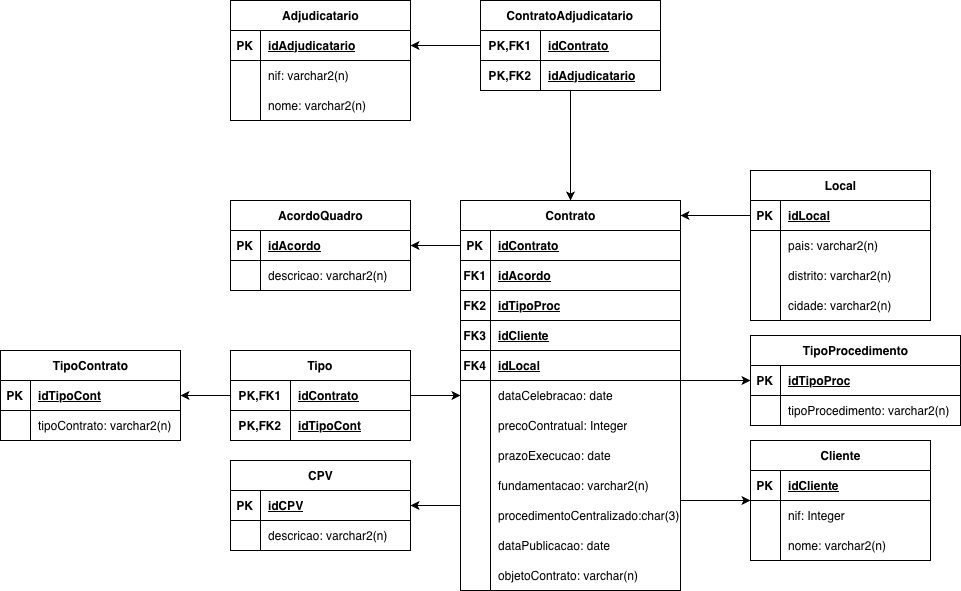
Above: Diagramas/trabalhobdados.drawio.png in bsoeiro5/Trabalho-Base-de-Dados (draw.io), before the change. Source tidied: cells renumbered, new cells last; positions are measured from the earlier drawing's top-left corner, leaving out a move shared by most shapes.
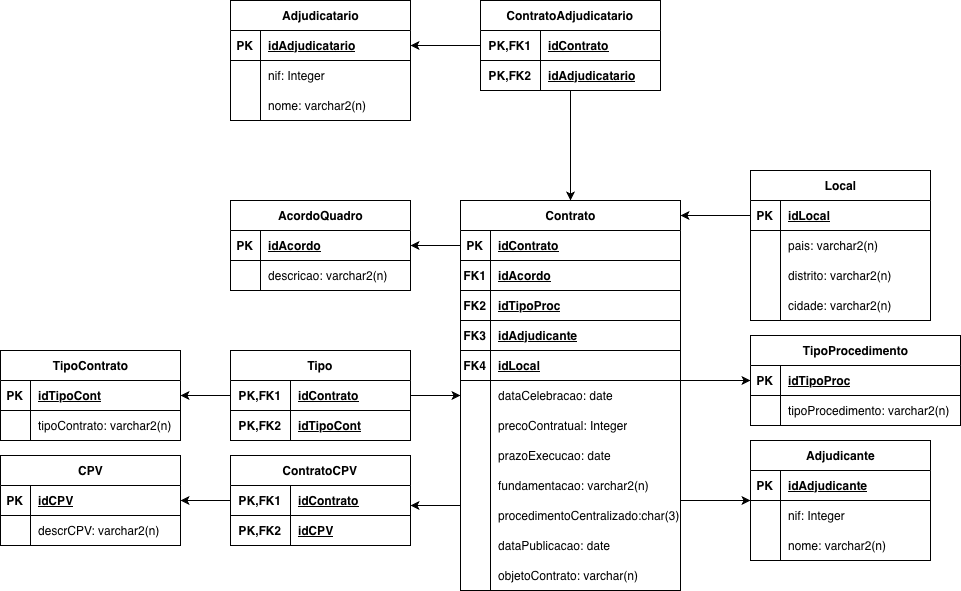
After the commit.

The edit, as a diff of the source:
```diff
@@ -62,7 +62,7 @@
     <mxCell id="21" value="FK3" style="shape=partialRectangle;fillColor=none;top=0;left=0;bottom=0;right=0;fontStyle=1;overflow=hidden;whiteSpace=wrap;html=1;" parent="20" vertex="1">
       <mxGeometry width="30" height="30" as="geometry" />
     </mxCell>
-    <mxCell id="22" value="idCliente" style="shape=partialRectangle;fillColor=none;top=0;left=0;bottom=0;right=0;align=left;spacingLeft=6;fontStyle=5;overflow=hidden;whiteSpace=wrap;html=1;" parent="20" vertex="1">
+    <mxCell id="22" value="idAdjudicante" style="shape=partialRectangle;fillColor=none;top=0;left=0;bottom=0;right=0;align=left;spacingLeft=6;fontStyle=5;overflow=hidden;whiteSpace=wrap;html=1;" parent="20" vertex="1">
       <mxGeometry x="30" width="190" height="30" as="geometry" />
     </mxCell>
     <mxCell id="23" style="shape=tableRow;horizontal=0;startSize=0;swimlaneHead=0;swimlaneBody=0;fillColor=none;top=0;left=0;right=0;bottom=1;" parent="10" vertex="1">
@@ -161,7 +161,7 @@
     <mxCell id="53" style="shape=partialRectangle;fillColor=none;top=0;left=0;bottom=0;right=0;overflow=hidden;whiteSpace=wrap;html=1;" parent="52" vertex="1">
       <mxGeometry width="30" height="30" as="geometry" />
     </mxCell>
-    <mxCell id="54" value="nif: varchar2(n)" style="shape=partialRectangle;fillColor=none;top=0;left=0;bottom=0;right=0;align=left;spacingLeft=6;overflow=hidden;whiteSpace=wrap;html=1;" parent="52" vertex="1">
+    <mxCell id="54" value="nif: Integer" style="shape=partialRectangle;fillColor=none;top=0;left=0;bottom=0;right=0;align=left;spacingLeft=6;overflow=hidden;whiteSpace=wrap;html=1;" parent="52" vertex="1">
       <mxGeometry x="30" width="150" height="30" as="geometry" />
     </mxCell>
     <mxCell id="55" style="shape=tableRow;horizontal=0;startSize=0;swimlaneHead=0;swimlaneBody=0;fillColor=none;top=0;left=0;right=0;bottom=0;" parent="48" vertex="1">
@@ -245,33 +245,13 @@
     <mxCell id="81" value="tipoContrato: varchar2(n)" style="shape=partialRectangle;fillColor=none;top=0;left=0;bottom=0;right=0;align=left;spacingLeft=6;overflow=hidden;whiteSpace=wrap;html=1;" parent="79" vertex="1">
       <mxGeometry x="30" width="150" height="30" as="geometry" />
     </mxCell>
-    <mxCell id="82" value="CPV" style="shape=table;startSize=30;rowLines=0;fontStyle=1;align=center;html=1;" parent="1" vertex="1">
-      <mxGeometry x="230" y="460" width="180" height="90" as="geometry" />
-    </mxCell>
-    <mxCell id="83" style="shape=tableRow;horizontal=0;startSize=0;swimlaneHead=0;swimlaneBody=0;fillColor=none;top=0;left=0;right=0;bottom=1;" parent="82" vertex="1">
-      <mxGeometry y="30" width="180" height="30" as="geometry" />
-    </mxCell>
-    <mxCell id="84" value="PK" style="shape=partialRectangle;fillColor=none;top=0;left=0;bottom=0;right=0;fontStyle=1;overflow=hidden;whiteSpace=wrap;html=1;" parent="83" vertex="1">
-      <mxGeometry width="30" height="30" as="geometry" />
-    </mxCell>
-    <mxCell id="85" value="idCPV" style="shape=partialRectangle;fillColor=none;top=0;left=0;bottom=0;right=0;align=left;spacingLeft=6;fontStyle=5;overflow=hidden;whiteSpace=wrap;html=1;" parent="83" vertex="1">
-      <mxGeometry x="30" width="150" height="30" as="geometry" />
-    </mxCell>
-    <mxCell id="86" style="shape=tableRow;horizontal=0;startSize=0;swimlaneHead=0;swimlaneBody=0;fillColor=none;top=0;left=0;right=0;bottom=0;" parent="82" vertex="1">
-      <mxGeometry y="60" width="180" height="30" as="geometry" />
-    </mxCell>
-    <mxCell id="87" style="shape=partialRectangle;fillColor=none;top=0;left=0;bottom=0;right=0;overflow=hidden;whiteSpace=wrap;html=1;" parent="86" vertex="1">
-      <mxGeometry width="30" height="30" as="geometry" />
-    </mxCell>
-    <mxCell id="88" value="descricao: varchar2(n)" style="shape=partialRectangle;fillColor=none;top=0;left=0;bottom=0;right=0;align=left;spacingLeft=6;overflow=hidden;whiteSpace=wrap;html=1;" parent="86" vertex="1">
-      <mxGeometry x="30" width="150" height="30" as="geometry" />
-    </mxCell>
     <mxCell id="89" style="edgeStyle=orthogonalEdgeStyle;rounded=0;jettySize=auto;html=1;" parent="1" edge="1" source="68" target="75">
       <mxGeometry relative="1" as="geometry" />
     </mxCell>
-    <mxCell id="90" style="edgeStyle=orthogonalEdgeStyle;rounded=0;jettySize=auto;html=1;" parent="1" edge="1" target="82">
+    <mxCell id="90" style="edgeStyle=orthogonalEdgeStyle;rounded=0;orthogonalLoop=1;jettySize=auto;html=1;" parent="1" edge="1">
       <mxGeometry relative="1" as="geometry">
         <mxPoint x="460" y="505" as="sourcePoint" />
+        <mxPoint x="410" y="505" as="targetPoint" />
       </mxGeometry>
     </mxCell>
     <mxCell id="91" value="TipoProcedimento" style="shape=table;startSize=30;rowLines=0;fontStyle=1;align=center;html=1;" parent="1" vertex="1">
@@ -300,7 +280,7 @@
         <mxPoint x="680" y="380" as="sourcePoint" />
       </mxGeometry>
     </mxCell>
-    <mxCell id="99" value="Cliente" style="shape=table;startSize=30;rowLines=0;fontStyle=1;align=center;html=1;" parent="1" vertex="1">
+    <mxCell id="99" value="Adjudicante" style="shape=table;startSize=30;rowLines=0;fontStyle=1;align=center;html=1;" parent="1" vertex="1">
       <mxGeometry x="750" y="440" width="180" height="120" as="geometry" />
     </mxCell>
     <mxCell id="100" style="shape=tableRow;horizontal=0;startSize=0;swimlaneHead=0;swimlaneBody=0;fillColor=none;top=0;left=0;right=0;bottom=1;" parent="99" vertex="1">
@@ -309,7 +289,7 @@
     <mxCell id="101" value="PK" style="shape=partialRectangle;fillColor=none;top=0;left=0;bottom=0;right=0;fontStyle=1;overflow=hidden;whiteSpace=wrap;html=1;" parent="100" vertex="1">
       <mxGeometry width="30" height="30" as="geometry" />
     </mxCell>
-    <mxCell id="102" value="idCliente" style="shape=partialRectangle;fillColor=none;top=0;left=0;bottom=0;right=0;align=left;spacingLeft=6;fontStyle=5;overflow=hidden;whiteSpace=wrap;html=1;" parent="100" vertex="1">
+    <mxCell id="102" value="idAdjudicante" style="shape=partialRectangle;fillColor=none;top=0;left=0;bottom=0;right=0;align=left;spacingLeft=6;fontStyle=5;overflow=hidden;whiteSpace=wrap;html=1;" parent="100" vertex="1">
       <mxGeometry x="30" width="150" height="30" as="geometry" />
     </mxCell>
     <mxCell id="103" style="shape=tableRow;horizontal=0;startSize=0;swimlaneHead=0;swimlaneBody=0;fillColor=none;top=0;left=0;right=0;bottom=0;" parent="99" vertex="1">
@@ -374,5 +354,52 @@
     <mxCell id="122" value="cidade: varchar2(n)" style="shape=partialRectangle;fillColor=none;top=0;left=0;bottom=0;right=0;align=left;spacingLeft=6;overflow=hidden;whiteSpace=wrap;html=1;" parent="120" vertex="1">
       <mxGeometry x="30" width="150" height="30" as="geometry" />
     </mxCell>
+    <mxCell id="123" value="ContratoCPV" style="shape=table;startSize=30;rowLines=0;fontStyle=1;align=center;html=1;whiteSpace=wrap;" parent="1" vertex="1">
+      <mxGeometry x="230" y="455" width="180" height="90" as="geometry" />
+    </mxCell>
+    <mxCell id="124" style="shape=tableRow;horizontal=0;startSize=0;swimlaneHead=0;swimlaneBody=0;fillColor=none;top=0;left=0;right=0;bottom=1;html=1;" parent="123" vertex="1">
+      <mxGeometry y="30" width="180" height="30" as="geometry" />
+    </mxCell>
+    <mxCell id="125" value="PK,FK1" style="shape=partialRectangle;fillColor=none;top=0;left=0;bottom=0;right=0;fontStyle=1;overflow=hidden;html=1;whiteSpace=wrap;" parent="124" vertex="1">
+      <mxGeometry width="60" height="30" as="geometry" />
+    </mxCell>
+    <mxCell id="126" value="idContrato" style="shape=partialRectangle;fillColor=none;top=0;left=0;bottom=0;right=0;align=left;spacingLeft=6;fontStyle=5;overflow=hidden;html=1;whiteSpace=wrap;" parent="124" vertex="1">
+      <mxGeometry x="60" width="120" height="30" as="geometry" />
+    </mxCell>
+    <mxCell id="127" style="shape=tableRow;horizontal=0;startSize=0;swimlaneHead=0;swimlaneBody=0;fillColor=none;top=0;left=0;right=0;bottom=1;html=1;" parent="123" vertex="1">
+      <mxGeometry y="60" width="180" height="30" as="geometry" />
+    </mxCell>
+    <mxCell id="128" value="PK,FK2" style="shape=partialRectangle;fillColor=none;top=0;left=0;bottom=0;right=0;fontStyle=1;overflow=hidden;html=1;whiteSpace=wrap;" parent="127" vertex="1">
+      <mxGeometry width="60" height="30" as="geometry" />
+    </mxCell>
+    <mxCell id="129" value="idCPV" style="shape=partialRectangle;fillColor=none;top=0;left=0;bottom=0;right=0;align=left;spacingLeft=6;fontStyle=5;overflow=hidden;html=1;whiteSpace=wrap;" parent="127" vertex="1">
+      <mxGeometry x="60" width="120" height="30" as="geometry" />
+    </mxCell>
+    <mxCell id="82" value="CPV" style="shape=table;startSize=30;rowLines=0;fontStyle=1;align=center;html=1;" parent="1" vertex="1">
+      <mxGeometry y="455" width="180" height="90" as="geometry" />
+    </mxCell>
+    <mxCell id="83" style="shape=tableRow;horizontal=0;startSize=0;swimlaneHead=0;swimlaneBody=0;fillColor=none;top=0;left=0;right=0;bottom=1;" parent="82" vertex="1">
+      <mxGeometry y="30" width="180" height="30" as="geometry" />
+    </mxCell>
+    <mxCell id="84" value="PK" style="shape=partialRectangle;fillColor=none;top=0;left=0;bottom=0;right=0;fontStyle=1;overflow=hidden;whiteSpace=wrap;html=1;" parent="83" vertex="1">
+      <mxGeometry width="30" height="30" as="geometry" />
+    </mxCell>
+    <mxCell id="85" value="idCPV" style="shape=partialRectangle;fillColor=none;top=0;left=0;bottom=0;right=0;align=left;spacingLeft=6;fontStyle=5;overflow=hidden;whiteSpace=wrap;html=1;" parent="83" vertex="1">
+      <mxGeometry x="30" width="150" height="30" as="geometry" />
+    </mxCell>
+    <mxCell id="86" style="shape=tableRow;horizontal=0;startSize=0;swimlaneHead=0;swimlaneBody=0;fillColor=none;top=0;left=0;right=0;bottom=0;" parent="82" vertex="1">
+      <mxGeometry y="60" width="180" height="30" as="geometry" />
+    </mxCell>
+    <mxCell id="87" style="shape=partialRectangle;fillColor=none;top=0;left=0;bottom=0;right=0;overflow=hidden;whiteSpace=wrap;html=1;" parent="86" vertex="1">
+      <mxGeometry width="30" height="30" as="geometry" />
+    </mxCell>
+    <mxCell id="130" value="descrCPV: varchar2(n)" style="shape=partialRectangle;fillColor=none;top=0;left=0;bottom=0;right=0;align=left;spacingLeft=6;overflow=hidden;whiteSpace=wrap;html=1;" parent="86" vertex="1">
+      <mxGeometry x="30" width="150" height="30" as="geometry" />
+    </mxCell>
+    <mxCell id="131" style="edgeStyle=orthogonalEdgeStyle;rounded=0;jettySize=auto;html=1;" parent="1" edge="1" target="82">
+      <mxGeometry relative="1" as="geometry">
+        <mxPoint x="230" y="500" as="sourcePoint" />
+      </mxGeometry>
+    </mxCell>
   </root>
 </mxGraphModel>
```
